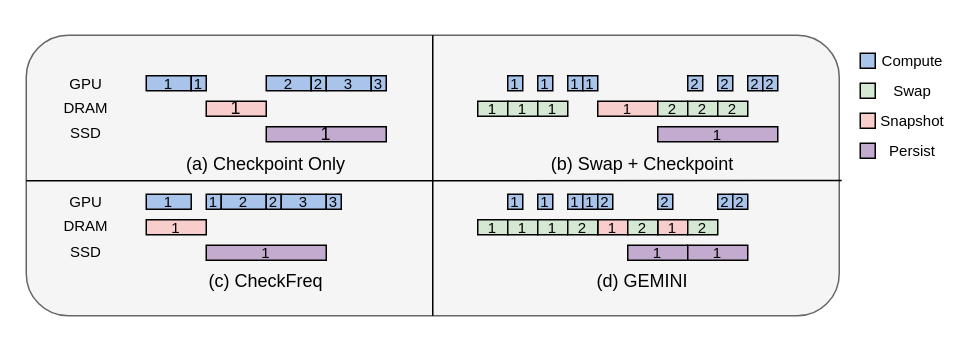
Above: fig/pipeline_mot.drawio in icszhr/NCheck (draw.io), before the change. Source tidied: cells renumbered, new cells numbered last; positions are measured from the earlier drawing's top-left corner, leaving out a move shared by most shapes. Both pictures are drawn from the tidied source at 150%, with x=0, y=0 at pixel (26, 34).
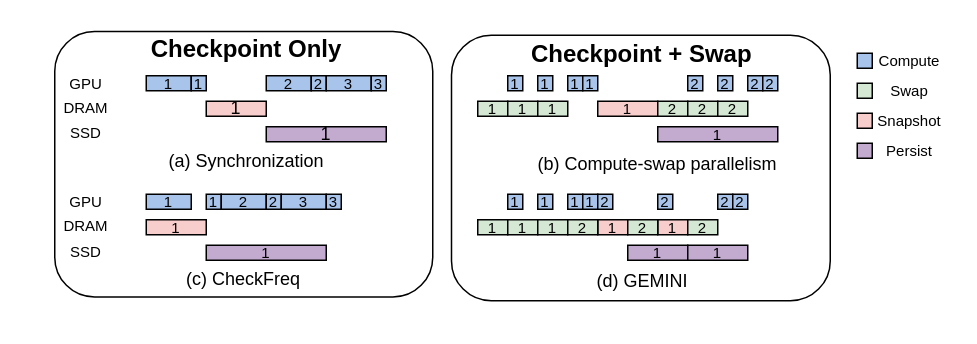
The same page after the edit.

Diff of the diagram source:
```diff
@@
-    <mxCell id="2" style="rounded=1;whiteSpace=wrap;html=1;fillColor=#f5f5f5;fontColor=#333333;strokeColor=#666666;" parent="1" vertex="1">
-      <mxGeometry width="542" height="187" as="geometry" />
-    </mxCell>
+    <mxCell id="73" style="rounded=1;whiteSpace=wrap;html=1;" parent="1" vertex="1">
+      <mxGeometry x="283.5" width="252.5" height="177" as="geometry" />
+    </mxCell>
+    <mxCell id="74" style="rounded=1;whiteSpace=wrap;html=1;" parent="1" vertex="1">
+      <mxGeometry x="19" y="-2.5" width="252" height="177" as="geometry" />
+    </mxCell>
@@
     <mxCell id="6" style="whiteSpace=wrap;html=1;fillColor=#A9C4EB;" parent="1" vertex="1">
-      <mxGeometry x="556" y="12" width="10" height="10" as="geometry" />
+      <mxGeometry x="554" y="12" width="10" height="10" as="geometry" />
     </mxCell>
     <mxCell id="7" style="whiteSpace=wrap;html=1;fillColor=#F8CECC;" parent="1" vertex="1">
-      <mxGeometry x="556" y="52" width="10" height="10" as="geometry" />
+      <mxGeometry x="554" y="52" width="10" height="10" as="geometry" />
     </mxCell>
     <mxCell id="8" style="whiteSpace=wrap;html=1;fillColor=#D5E8D4;" parent="1" vertex="1">
-      <mxGeometry x="556" y="32" width="10" height="10" as="geometry" />
+      <mxGeometry x="554" y="32" width="10" height="10" as="geometry" />
     </mxCell>
     <mxCell id="9" style="whiteSpace=wrap;html=1;fillColor=#C3ABD0;" parent="1" vertex="1">
-      <mxGeometry x="556" y="72" width="10" height="10" as="geometry" />
+      <mxGeometry x="554" y="72" width="10" height="10" as="geometry" />
     </mxCell>
     <mxCell id="10" value="&lt;font style=&quot;font-size: 10px;&quot;&gt;Compute&lt;/font&gt;" style="text;html=1;align=center;verticalAlign=middle;whiteSpace=wrap;rounded=0;" parent="1" vertex="1">
-      <mxGeometry x="566" y="12" width="50" height="10" as="geometry" />
+      <mxGeometry x="564" y="12" width="50" height="10" as="geometry" />
     </mxCell>
     <mxCell id="11" value="&lt;font style=&quot;font-size: 10px;&quot;&gt;Swap&lt;/font&gt;" style="text;html=1;align=center;verticalAlign=middle;whiteSpace=wrap;rounded=0;" parent="1" vertex="1">
-      <mxGeometry x="566" y="32" width="50" height="10" as="geometry" />
+      <mxGeometry x="564" y="32" width="50" height="10" as="geometry" />
     </mxCell>
     <mxCell id="12" value="&lt;span style=&quot;font-size: 10px;&quot;&gt;Snapshot&lt;/span&gt;" style="text;html=1;align=center;verticalAlign=middle;whiteSpace=wrap;rounded=0;" parent="1" vertex="1">
-      <mxGeometry x="566" y="52" width="50" height="10" as="geometry" />
+      <mxGeometry x="564" y="52" width="50" height="10" as="geometry" />
     </mxCell>
     <mxCell id="13" value="&lt;font style=&quot;font-size: 10px;&quot;&gt;Persist&lt;/font&gt;" style="text;html=1;align=center;verticalAlign=middle;whiteSpace=wrap;rounded=0;" parent="1" vertex="1">
-      <mxGeometry x="566" y="72" width="50" height="10" as="geometry" />
+      <mxGeometry x="564" y="72" width="50" height="10" as="geometry" />
     </mxCell>
@@
-    <mxCell id="19" value="(a) Checkpoint Only" style="text;html=1;align=center;verticalAlign=middle;whiteSpace=wrap;rounded=0;" parent="1" vertex="1">
-      <mxGeometry x="95" y="71" width="130" height="30" as="geometry" />
+    <mxCell id="19" value="(a) Synchronization" style="text;html=1;align=center;verticalAlign=middle;whiteSpace=wrap;rounded=0;" parent="1" vertex="1">
+      <mxGeometry x="82" y="69" width="130" height="30" as="geometry" />
     </mxCell>
-    <mxCell id="20" value="(b) Swap + Checkpoint" style="text;html=1;align=center;verticalAlign=middle;whiteSpace=wrap;rounded=0;" parent="1" vertex="1">
-      <mxGeometry x="346" y="71" width="130" height="30" as="geometry" />
+    <mxCell id="20" value="(b) Compute-swap parallelism" style="text;html=1;align=center;verticalAlign=middle;whiteSpace=wrap;rounded=0;" parent="1" vertex="1">
+      <mxGeometry x="338" y="71" width="166" height="30" as="geometry" />
     </mxCell>
@@
     <mxCell id="24" value="(c) CheckFreq" style="text;html=1;align=center;verticalAlign=middle;whiteSpace=wrap;rounded=0;" parent="1" vertex="1">
-      <mxGeometry x="95" y="149" width="130" height="30" as="geometry" />
+      <mxGeometry x="80" y="148" width="130" height="30" as="geometry" />
     </mxCell>
@@
-    <mxCell id="71" style="endArrow=none;html=1;rounded=0;entryX=1.003;entryY=0.518;entryDx=0;entryDy=0;entryPerimeter=0;exitX=0;exitY=0.519;exitDx=0;exitDy=0;exitPerimeter=0;" parent="1" edge="1" source="2" target="2">
-      <mxGeometry relative="1" as="geometry" />
-    </mxCell>
-    <mxCell id="72" style="endArrow=none;html=1;rounded=0;entryX=0.5;entryY=0;entryDx=0;entryDy=0;exitX=0.5;exitY=1;exitDx=0;exitDy=0;" parent="1" edge="1" source="2" target="2">
-      <mxGeometry relative="1" as="geometry" />
-    </mxCell>
+    <mxCell id="75" value="&lt;font style=&quot;font-size: 16px;&quot;&gt;&lt;b&gt;Checkpoint Only&lt;/b&gt;&lt;/font&gt;" style="text;html=1;align=center;verticalAlign=middle;whiteSpace=wrap;rounded=0;" parent="1" vertex="1">
+      <mxGeometry x="82" y="-6" width="130" height="30" as="geometry" />
+    </mxCell>
+    <mxCell id="76" value="&lt;font style=&quot;font-size: 16px;&quot;&gt;&lt;b&gt;Checkpoint + Swap&lt;/b&gt;&lt;/font&gt;" style="text;html=1;align=center;verticalAlign=middle;whiteSpace=wrap;rounded=0;" parent="1" vertex="1">
+      <mxGeometry x="333.6" y="-3.5" width="152.8" height="30" as="geometry" />
+    </mxCell>
```
